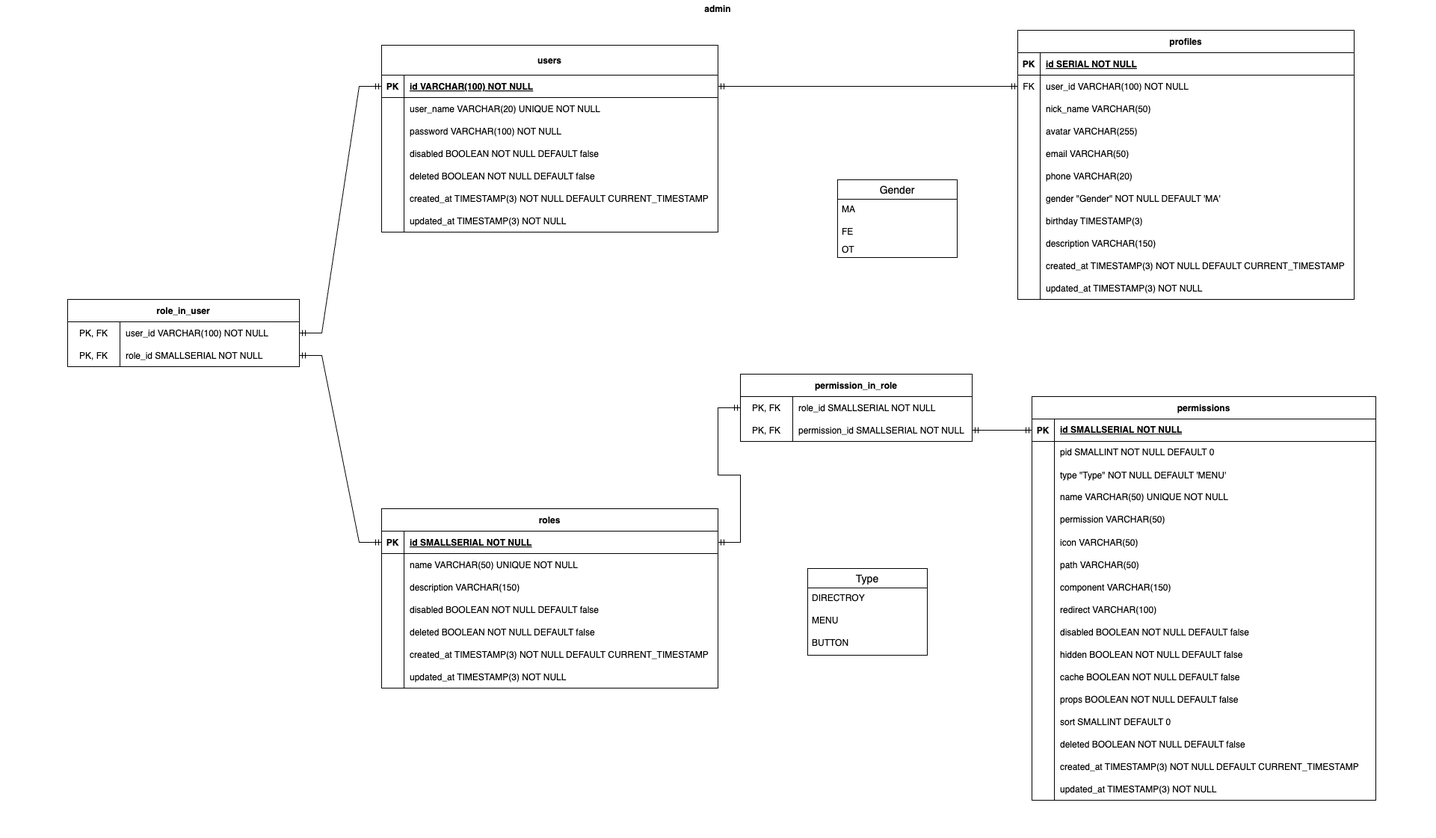
This is prisma/admin.drawio.png from wansongtao/blog-service, a draw.io export, as it was before one commit. Source tidied: cells renumbered, new cells last; positions are measured from the earlier drawing's top-left corner, leaving out a move shared by most shapes.
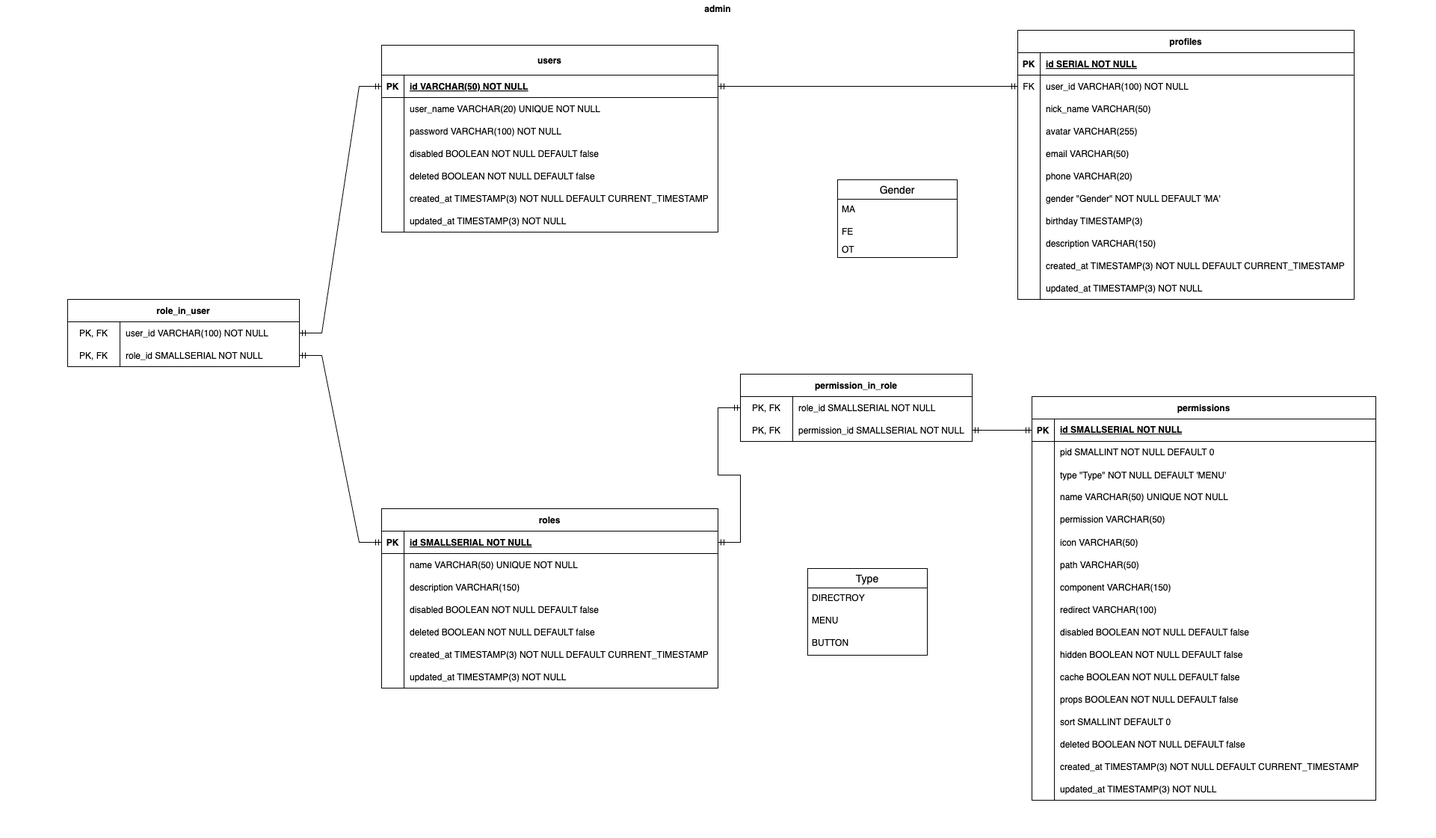
Above is the later version.

What changed in the source:
```diff
@@ -419,7 +419,7 @@
     <mxCell id="140" value="PK" style="shape=partialRectangle;overflow=hidden;fillColor=none;top=0;left=0;bottom=0;right=0;fontStyle=1;rounded=0;" parent="139" vertex="1">
       <mxGeometry width="30" height="30" as="geometry" />
     </mxCell>
-    <mxCell id="141" value="id VARCHAR(100) NOT NULL" style="shape=partialRectangle;overflow=hidden;fillColor=none;align=left;top=0;left=0;bottom=0;right=0;spacingLeft=6;fontStyle=5;rounded=0;" parent="139" vertex="1">
+    <mxCell id="141" value="id VARCHAR(50) NOT NULL" style="shape=partialRectangle;overflow=hidden;fillColor=none;align=left;top=0;left=0;bottom=0;right=0;spacingLeft=6;fontStyle=5;rounded=0;" parent="139" vertex="1">
       <mxGeometry x="30" width="420" height="30" as="geometry" />
     </mxCell>
     <mxCell id="142" style="shape=tableRow;horizontal=0;startSize=0;swimlaneHead=0;swimlaneBody=0;fillColor=none;top=0;left=0;right=0;bottom=0;rounded=0;" parent="138" vertex="1">
```
